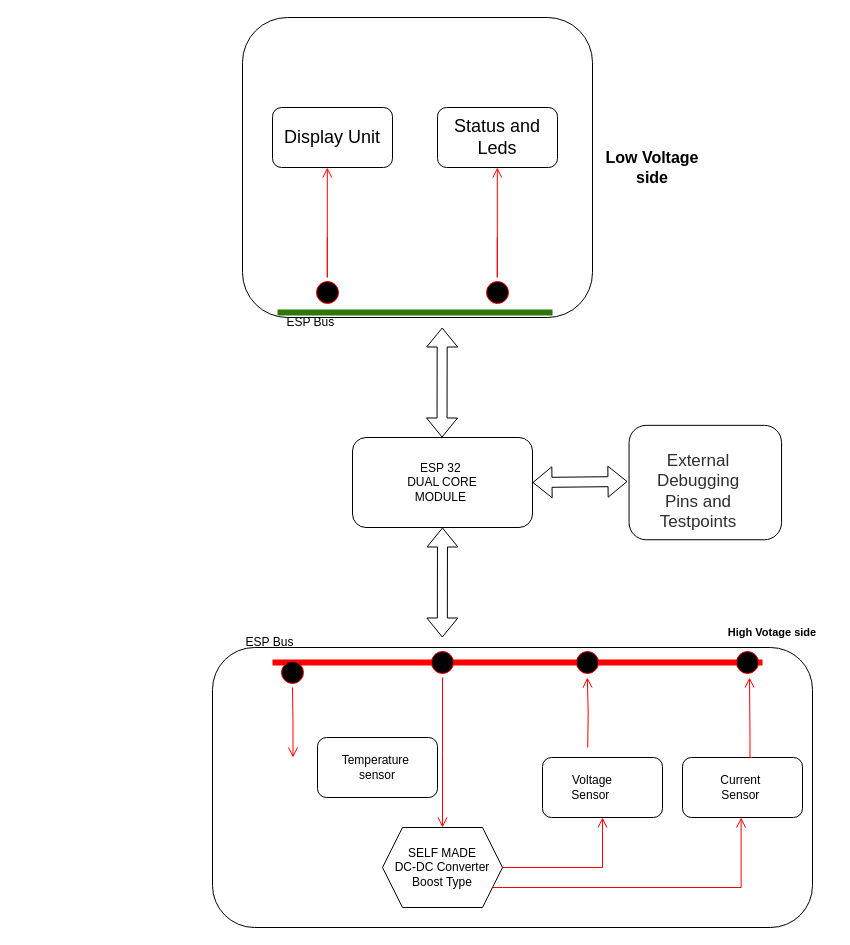
ArnoldChikede/Thesis keeps this draw.io diagram as THESIS_MPPT/PCB FILES/MPPT_BORD_V1.drawio. Above is the earlier version. Source tidied: cells renumbered, new cells numbered last; positions are measured from the earlier drawing's top-left corner, leaving out a move shared by most shapes. Both pictures are drawn from the tidied source at 100%, with x=0, y=0 at pixel (157, 17).
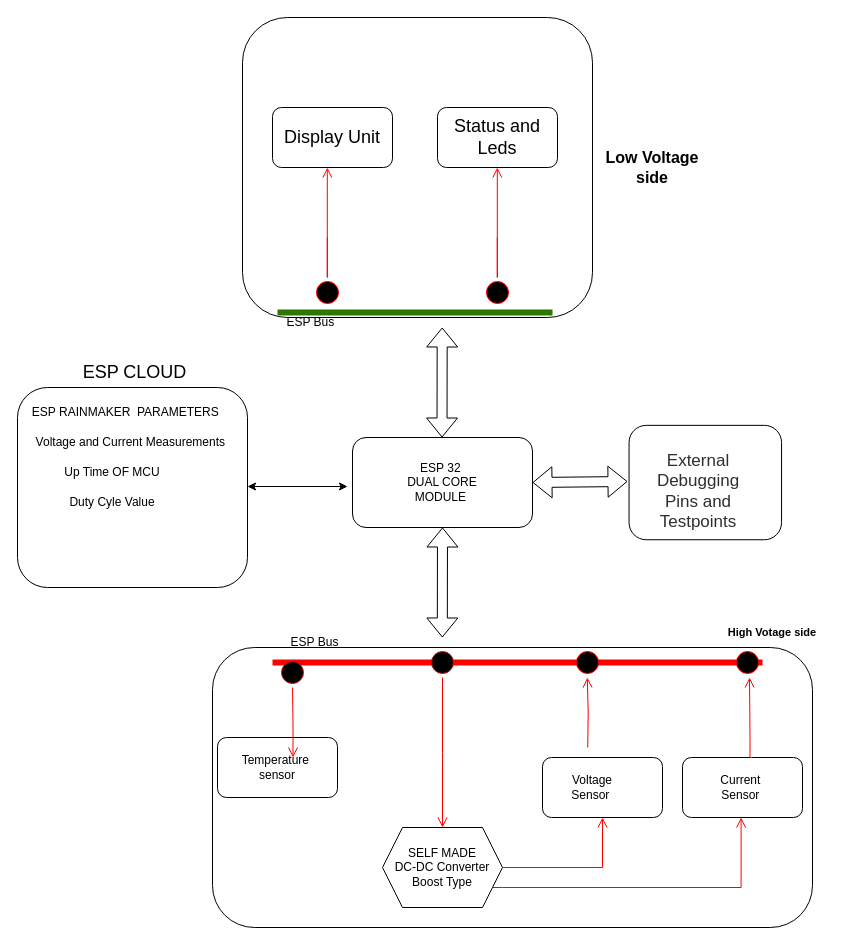
The same page after the edit.

Diff of the diagram source:
```diff
@@
     <mxCell id="20" value="&lt;font style=&quot;color: light-dark(rgb(0, 0, 0), rgb(241, 156, 153));&quot;&gt;ESP Bus&lt;/font&gt;" style="text;html=1;whiteSpace=wrap;strokeColor=none;fillColor=none;align=center;verticalAlign=middle;rounded=0;" parent="1" vertex="1">
-      <mxGeometry y="610" width="225" height="30" as="geometry" />
+      <mxGeometry x="45" y="610" width="225" height="30" as="geometry" />
     </mxCell>
@@
     <mxCell id="35" style="rounded=1;whiteSpace=wrap;html=1;" parent="1" vertex="1">
-      <mxGeometry x="160" y="720" width="120" height="60" as="geometry" />
+      <mxGeometry x="60" y="720" width="120" height="60" as="geometry" />
     </mxCell>
     <mxCell id="36" value="Temperature&amp;nbsp;&lt;div&gt;sensor&lt;/div&gt;" style="text;html=1;whiteSpace=wrap;strokeColor=none;fillColor=none;align=center;verticalAlign=middle;rounded=0;" parent="1" vertex="1">
-      <mxGeometry x="190" y="735" width="60" height="30" as="geometry" />
+      <mxGeometry x="90" y="735" width="60" height="30" as="geometry" />
     </mxCell>
@@
+    <mxCell id="39" style="rounded=1;whiteSpace=wrap;html=1;" parent="1" vertex="1">
+      <mxGeometry x="-140" y="370" width="230" height="200" as="geometry" />
+    </mxCell>
+    <mxCell id="40" style="endArrow=classic;startArrow=classic;html=1;rounded=0;" parent="1" edge="1">
+      <mxGeometry relative="1" as="geometry">
+        <mxPoint x="90" y="469" as="sourcePoint" />
+        <mxPoint x="190" y="469" as="targetPoint" />
+      </mxGeometry>
+    </mxCell>
+    <mxCell id="41" value="ESP RAINMAKER&amp;nbsp; PARAMETERS&amp;nbsp;" style="text;html=1;whiteSpace=wrap;strokeColor=none;fillColor=none;align=center;verticalAlign=middle;rounded=0;" parent="1" vertex="1">
+      <mxGeometry x="-130" y="380" width="200" height="30" as="geometry" />
+    </mxCell>
+    <mxCell id="42" value="&lt;font style=&quot;color: light-dark(rgb(0, 0, 0), rgb(51, 153, 255)); font-size: 18px;&quot;&gt;ESP CLOUD&lt;/font&gt;" style="text;html=1;whiteSpace=wrap;strokeColor=none;fillColor=none;align=center;verticalAlign=middle;rounded=0;" parent="1" vertex="1">
+      <mxGeometry x="-135" y="340" width="225" height="30" as="geometry" />
+    </mxCell>
+    <mxCell id="43" value="Voltage and Current Measurements&amp;nbsp;" style="text;html=1;whiteSpace=wrap;strokeColor=none;fillColor=none;align=center;verticalAlign=middle;rounded=0;" parent="1" vertex="1">
+      <mxGeometry x="-130" y="410" width="210" height="30" as="geometry" />
+    </mxCell>
+    <mxCell id="44" value="Up Time OF MCU" style="text;html=1;whiteSpace=wrap;strokeColor=none;fillColor=none;align=center;verticalAlign=middle;rounded=0;" parent="1" vertex="1">
+      <mxGeometry x="-130" y="440" width="170" height="30" as="geometry" />
+    </mxCell>
+    <mxCell id="45" value="Duty Cyle Value" style="text;html=1;whiteSpace=wrap;strokeColor=none;fillColor=none;align=center;verticalAlign=middle;rounded=0;" parent="1" vertex="1">
+      <mxGeometry x="-130" y="470" width="170" height="30" as="geometry" />
+    </mxCell>
```
